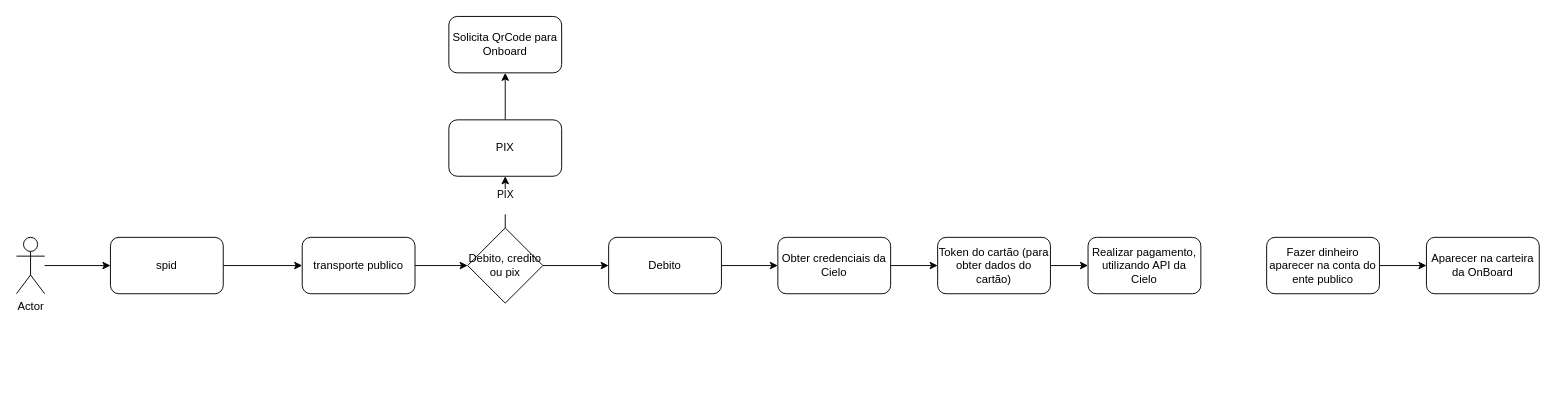
Above: Untitled Diagram.drawio in psico/aula_testes (draw.io), before the change. Source tidied: cells renumbered, new cells numbered last; positions are measured from the earlier drawing's top-left corner, leaving out a move shared by most shapes. Both pictures are drawn from the tidied source at 94%, with x=0, y=0 at pixel (16, 16).
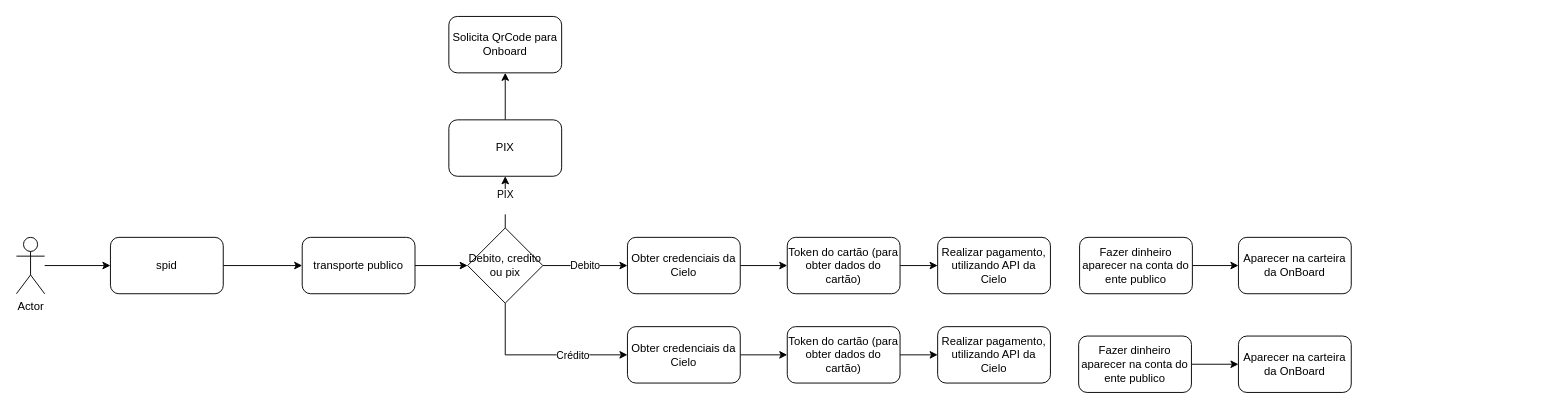
The same diagram, later.

The change refers to these unchanged cells:
```xml
<mxCell id="10" value="Debito, credito ou pix" style="rhombus;whiteSpace=wrap;html=1;" parent="1" vertex="1">
  <mxGeometry x="480" y="225" width="80" height="80" as="geometry" />
</mxCell>
```

The edit, as a diff of the source:
```diff
@@
-    <mxCell id="9" style="edgeStyle=orthogonalEdgeStyle;rounded=0;jettySize=auto;html=1;entryX=0;entryY=0.5;entryDx=0;entryDy=0;" parent="1" edge="1" source="10" target="15">
+    <mxCell id="9" style="edgeStyle=orthogonalEdgeStyle;rounded=0;jettySize=auto;html=1;entryX=0;entryY=0.5;entryDx=0;entryDy=0;" parent="1" edge="1" source="10" target="17">
       <mxGeometry relative="1" as="geometry" />
     </mxCell>
+    <mxCell id="15" value="Debito" style="edgeLabel;html=1;align=center;verticalAlign=middle;points=[];" parent="9" vertex="1">
+      <mxGeometry x="-0.03" y="1" relative="1" as="geometry" />
+    </mxCell>
+    <mxCell id="24" style="edgeStyle=orthogonalEdgeStyle;rounded=0;jettySize=auto;html=1;exitX=0.5;exitY=1;exitDx=0;exitDy=0;entryX=0;entryY=0.5;entryDx=0;entryDy=0;" parent="1" edge="1" source="10" target="27">
+      <mxGeometry relative="1" as="geometry" />
+    </mxCell>
+    <mxCell id="25" value="Crédito" style="edgeLabel;html=1;align=center;verticalAlign=middle;" parent="24" vertex="1">
+      <mxGeometry x="0.36" relative="1" as="geometry" />
+    </mxCell>
@@
-    <mxCell id="14" style="edgeStyle=orthogonalEdgeStyle;rounded=0;jettySize=auto;html=1;exitX=1;exitY=0.5;exitDx=0;exitDy=0;" parent="1" edge="1" source="15" target="17">
-      <mxGeometry relative="1" as="geometry" />
-    </mxCell>
-    <mxCell id="15" value="Debito" style="rounded=1;whiteSpace=wrap;html=1;" parent="1" vertex="1">
-      <mxGeometry x="630" y="235" width="120" height="60" as="geometry" />
-    </mxCell>
@@
     <mxCell id="17" value="Obter credenciais da Cielo" style="rounded=1;whiteSpace=wrap;html=1;" parent="1" vertex="1">
-      <mxGeometry x="810" y="235" width="120" height="60" as="geometry" />
+      <mxGeometry x="650" y="235" width="120" height="60" as="geometry" />
     </mxCell>
@@
     <mxCell id="19" value="Token do cartão (para obter dados do cartão)" style="rounded=1;whiteSpace=wrap;html=1;" parent="1" vertex="1">
-      <mxGeometry x="980" y="235" width="120" height="60" as="geometry" />
+      <mxGeometry x="820" y="235" width="120" height="60" as="geometry" />
     </mxCell>
     <mxCell id="20" value="Realizar pagamento, utilizando API da Cielo" style="rounded=1;whiteSpace=wrap;html=1;" parent="1" vertex="1">
-      <mxGeometry x="1140" y="235" width="120" height="60" as="geometry" />
+      <mxGeometry x="980" y="235" width="120" height="60" as="geometry" />
     </mxCell>
@@
     <mxCell id="22" value="Fazer dinheiro aparecer na conta do ente publico" style="rounded=1;whiteSpace=wrap;html=1;" parent="1" vertex="1">
-      <mxGeometry x="1330" y="235" width="120" height="60" as="geometry" />
+      <mxGeometry x="1131" y="235" width="120" height="60" as="geometry" />
     </mxCell>
     <mxCell id="23" value="Aparecer na carteira da OnBoard" style="rounded=1;whiteSpace=wrap;html=1;" parent="1" vertex="1">
-      <mxGeometry x="1500" y="235" width="120" height="60" as="geometry" />
+      <mxGeometry x="1300" y="235" width="120" height="60" as="geometry" />
     </mxCell>
+    <mxCell id="26" style="edgeStyle=orthogonalEdgeStyle;rounded=0;jettySize=auto;html=1;exitX=1;exitY=0.5;exitDx=0;exitDy=0;entryX=0;entryY=0.5;entryDx=0;entryDy=0;" parent="1" edge="1" source="27" target="29">
+      <mxGeometry relative="1" as="geometry" />
+    </mxCell>
+    <mxCell id="27" value="Obter credenciais da Cielo" style="rounded=1;whiteSpace=wrap;html=1;" parent="1" vertex="1">
+      <mxGeometry x="650" y="330" width="120" height="60" as="geometry" />
+    </mxCell>
+    <mxCell id="28" style="edgeStyle=orthogonalEdgeStyle;rounded=0;jettySize=auto;html=1;exitX=1;exitY=0.5;exitDx=0;exitDy=0;" parent="1" edge="1" source="29" target="30">
+      <mxGeometry relative="1" as="geometry" />
+    </mxCell>
+    <mxCell id="29" value="Token do cartão (para obter dados do cartão)" style="rounded=1;whiteSpace=wrap;html=1;" parent="1" vertex="1">
+      <mxGeometry x="820" y="330" width="120" height="60" as="geometry" />
+    </mxCell>
+    <mxCell id="30" value="Realizar pagamento, utilizando API da Cielo" style="rounded=1;whiteSpace=wrap;html=1;" parent="1" vertex="1">
+      <mxGeometry x="980" y="330" width="120" height="60" as="geometry" />
+    </mxCell>
+    <mxCell id="31" style="edgeStyle=orthogonalEdgeStyle;rounded=0;jettySize=auto;html=1;exitX=1;exitY=0.5;exitDx=0;exitDy=0;entryX=0;entryY=0.5;entryDx=0;entryDy=0;" parent="1" edge="1" source="32" target="33">
+      <mxGeometry relative="1" as="geometry" />
+    </mxCell>
+    <mxCell id="32" value="Fazer dinheiro aparecer na conta do ente publico" style="rounded=1;whiteSpace=wrap;html=1;" parent="1" vertex="1">
+      <mxGeometry x="1130" y="340" width="120" height="60" as="geometry" />
+    </mxCell>
+    <mxCell id="33" value="Aparecer na carteira da OnBoard" style="rounded=1;whiteSpace=wrap;html=1;" parent="1" vertex="1">
+      <mxGeometry x="1300" y="340" width="120" height="60" as="geometry" />
+    </mxCell>
```
